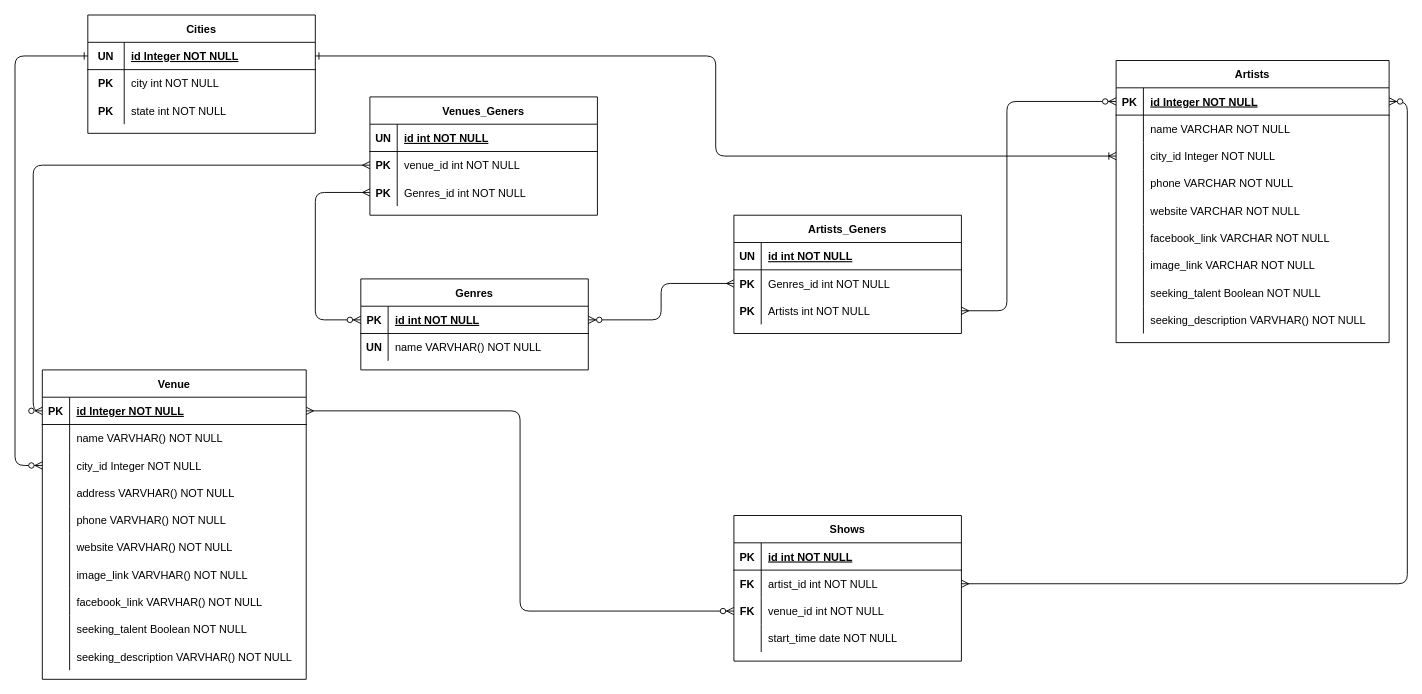
The draw.io diagram projects/01_fyyur/Untitled Diagram.drawio in ehabAbdelMawla/FSND, before the edit. Source tidied: cells renumbered, new cells numbered last; positions are measured from the earlier drawing's top-left corner, leaving out a move shared by most shapes. Both pictures are drawn from the tidied source at 91%, with x=0, y=0 at pixel (15, 15).
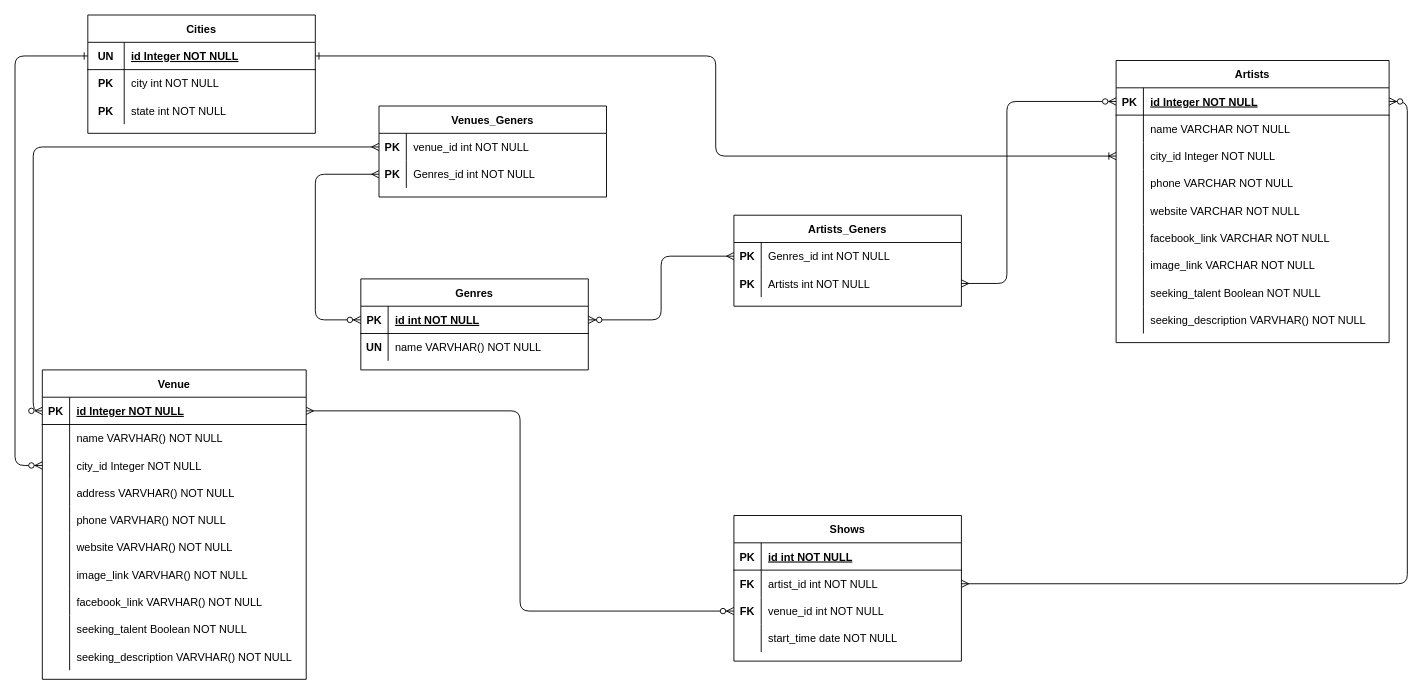
The same diagram, later.

Diff of the diagram source:
```diff
@@
     <mxCell id="92" value="Venues_Geners" style="shape=table;startSize=30;childLayout=tableLayout;rowLines=0;fontStyle=1;align=center;" parent="1" vertex="1">
-      <mxGeometry x="390" y="90" width="250" height="130" as="geometry" />
+      <mxGeometry x="400" y="100" width="250" height="100" as="geometry" />
     </mxCell>
-    <mxCell id="93" style="shape=partialRectangle;fillColor=none;top=0;left=0;right=0;bottom=1;" parent="92" vertex="1">
-      <mxGeometry y="30" width="250" height="30" as="geometry" />
-    </mxCell>
-    <mxCell id="94" value="UN" style="shape=partialRectangle;overflow=hidden;fillColor=none;top=0;left=0;bottom=0;right=0;fontStyle=1;" parent="93" vertex="1">
-      <mxGeometry width="30" height="30" as="geometry" />
-    </mxCell>
-    <mxCell id="95" value="id int NOT NULL " style="shape=partialRectangle;overflow=hidden;fillColor=none;top=0;left=0;bottom=0;right=0;align=left;spacingLeft=6;fontStyle=5;" parent="93" vertex="1">
-      <mxGeometry x="30" width="220" height="30" as="geometry" />
-    </mxCell>
     <mxCell id="96" style="shape=partialRectangle;fillColor=none;points=[[0,0.5],[1,0.5]];portConstraint=eastwest;top=0;left=0;right=0;bottom=0;" parent="92" vertex="1">
-      <mxGeometry y="60" width="250" height="30" as="geometry" />
+      <mxGeometry y="30" width="250" height="30" as="geometry" />
     </mxCell>
@@
     <mxCell id="99" style="shape=partialRectangle;fillColor=none;points=[[0,0.5],[1,0.5]];portConstraint=eastwest;top=0;left=0;right=0;bottom=0;" parent="92" vertex="1">
-      <mxGeometry y="90" width="250" height="30" as="geometry" />
+      <mxGeometry y="60" width="250" height="30" as="geometry" />
     </mxCell>
@@
     <mxCell id="104" value="Artists_Geners" style="shape=table;startSize=30;childLayout=tableLayout;rowLines=0;fontStyle=1;align=center;" parent="1" vertex="1">
-      <mxGeometry x="790" y="220" width="250" height="130" as="geometry" />
+      <mxGeometry x="790" y="220" width="250" height="100" as="geometry" />
     </mxCell>
-    <mxCell id="105" style="shape=partialRectangle;fillColor=none;top=0;left=0;right=0;bottom=1;" parent="104" vertex="1">
-      <mxGeometry y="30" width="250" height="30" as="geometry" />
-    </mxCell>
-    <mxCell id="106" value="UN" style="shape=partialRectangle;overflow=hidden;fillColor=none;top=0;left=0;bottom=0;right=0;fontStyle=1;" parent="105" vertex="1">
-      <mxGeometry width="30" height="30" as="geometry" />
-    </mxCell>
-    <mxCell id="107" value="id int NOT NULL " style="shape=partialRectangle;overflow=hidden;fillColor=none;top=0;left=0;bottom=0;right=0;align=left;spacingLeft=6;fontStyle=5;" parent="105" vertex="1">
-      <mxGeometry x="30" width="220" height="30" as="geometry" />
-    </mxCell>
     <mxCell id="108" style="shape=partialRectangle;fillColor=none;points=[[0,0.5],[1,0.5]];portConstraint=eastwest;top=0;left=0;right=0;bottom=0;" parent="104" vertex="1">
-      <mxGeometry y="60" width="250" height="30" as="geometry" />
+      <mxGeometry y="30" width="250" height="30" as="geometry" />
     </mxCell>
@@
     <mxCell id="111" style="shape=partialRectangle;fillColor=none;points=[[0,0.5],[1,0.5]];portConstraint=eastwest;top=0;left=0;right=0;bottom=0;" parent="104" vertex="1">
-      <mxGeometry y="90" width="250" height="30" as="geometry" />
+      <mxGeometry y="60" width="250" height="30" as="geometry" />
     </mxCell>
```
